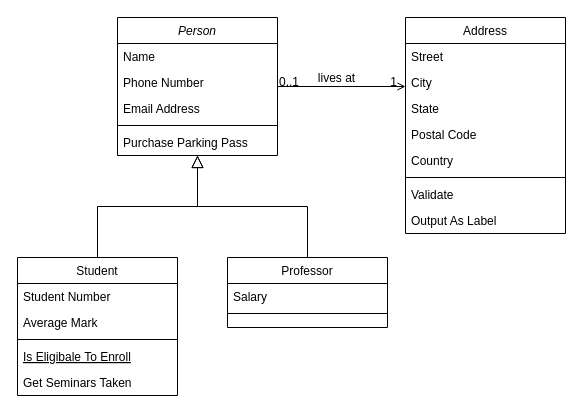
Above: krioliin_vizualizer/img/Untitled Diagram.drawio in OlejnikKristina/filler (draw.io), before the change. Source tidied: cells renumbered, new cells numbered last; positions are measured from the earlier drawing's top-left corner, leaving out a move shared by most shapes. Both pictures are drawn from the tidied source at 100%, with x=0, y=0 at pixel (17, 17).
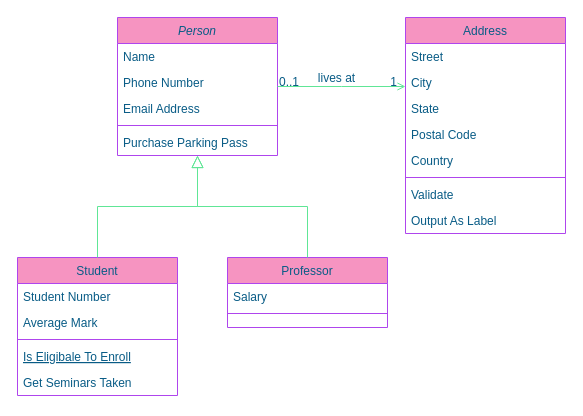
After the change.

Diff of the diagram source:
```diff
@@
-    <mxCell id="2" value="Person" style="swimlane;fontStyle=2;align=center;verticalAlign=top;horizontal=1;startSize=26;rounded=0;shadow=0;strokeWidth=1;" parent="1" vertex="1">
+    <mxCell id="2" value="Person" style="swimlane;fontStyle=2;align=center;verticalAlign=top;horizontal=1;startSize=26;rounded=0;shadow=0;strokeWidth=1;fillColor=#F694C1;strokeColor=#AF45ED;fontColor=#095C86;" parent="1" vertex="1">
       <mxGeometry x="100" width="160" height="138" as="geometry" />
     </mxCell>
-    <mxCell id="3" value="Name" style="text;align=left;verticalAlign=top;spacingLeft=4;spacingRight=4;overflow=hidden;" parent="2" vertex="1">
+    <mxCell id="3" value="Name" style="text;align=left;verticalAlign=top;spacingLeft=4;spacingRight=4;overflow=hidden;fontColor=#095C86;" parent="2" vertex="1">
       <mxGeometry y="26" width="160" height="26" as="geometry" />
     </mxCell>
-    <mxCell id="4" value="Phone Number" style="text;align=left;verticalAlign=top;spacingLeft=4;spacingRight=4;overflow=hidden;rounded=0;shadow=0;html=0;" parent="2" vertex="1">
+    <mxCell id="4" value="Phone Number" style="text;align=left;verticalAlign=top;spacingLeft=4;spacingRight=4;overflow=hidden;rounded=0;shadow=0;html=0;fontColor=#095C86;" parent="2" vertex="1">
       <mxGeometry y="52" width="160" height="26" as="geometry" />
     </mxCell>
-    <mxCell id="5" value="Email Address" style="text;align=left;verticalAlign=top;spacingLeft=4;spacingRight=4;overflow=hidden;rounded=0;shadow=0;html=0;" parent="2" vertex="1">
+    <mxCell id="5" value="Email Address" style="text;align=left;verticalAlign=top;spacingLeft=4;spacingRight=4;overflow=hidden;rounded=0;shadow=0;html=0;fontColor=#095C86;" parent="2" vertex="1">
       <mxGeometry y="78" width="160" height="26" as="geometry" />
     </mxCell>
-    <mxCell id="6" style="line;html=1;strokeWidth=1;align=left;verticalAlign=middle;spacingTop=-1;spacingLeft=3;spacingRight=3;labelPosition=right;" parent="2" vertex="1">
+    <mxCell id="6" style="line;html=1;strokeWidth=1;align=left;verticalAlign=middle;spacingTop=-1;spacingLeft=3;spacingRight=3;labelPosition=right;fillColor=#F694C1;strokeColor=#AF45ED;fontColor=#095C86;" parent="2" vertex="1">
       <mxGeometry y="104" width="160" height="8" as="geometry" />
     </mxCell>
-    <mxCell id="7" value="Purchase Parking Pass" style="text;align=left;verticalAlign=top;spacingLeft=4;spacingRight=4;overflow=hidden;" parent="2" vertex="1">
+    <mxCell id="7" value="Purchase Parking Pass" style="text;align=left;verticalAlign=top;spacingLeft=4;spacingRight=4;overflow=hidden;fontColor=#095C86;" parent="2" vertex="1">
       <mxGeometry y="112" width="160" height="26" as="geometry" />
     </mxCell>
-    <mxCell id="8" value="Student" style="swimlane;fontStyle=0;align=center;verticalAlign=top;horizontal=1;startSize=26;rounded=0;shadow=0;strokeWidth=1;" parent="1" vertex="1">
+    <mxCell id="8" value="Student" style="swimlane;fontStyle=0;align=center;verticalAlign=top;horizontal=1;startSize=26;rounded=0;shadow=0;strokeWidth=1;fillColor=#F694C1;strokeColor=#AF45ED;fontColor=#095C86;" parent="1" vertex="1">
       <mxGeometry y="240" width="160" height="138" as="geometry" />
     </mxCell>
-    <mxCell id="9" value="Student Number" style="text;align=left;verticalAlign=top;spacingLeft=4;spacingRight=4;overflow=hidden;" parent="8" vertex="1">
+    <mxCell id="9" value="Student Number" style="text;align=left;verticalAlign=top;spacingLeft=4;spacingRight=4;overflow=hidden;fontColor=#095C86;" parent="8" vertex="1">
       <mxGeometry y="26" width="160" height="26" as="geometry" />
     </mxCell>
-    <mxCell id="10" value="Average Mark" style="text;align=left;verticalAlign=top;spacingLeft=4;spacingRight=4;overflow=hidden;rounded=0;shadow=0;html=0;" parent="8" vertex="1">
+    <mxCell id="10" value="Average Mark" style="text;align=left;verticalAlign=top;spacingLeft=4;spacingRight=4;overflow=hidden;rounded=0;shadow=0;html=0;fontColor=#095C86;" parent="8" vertex="1">
       <mxGeometry y="52" width="160" height="26" as="geometry" />
     </mxCell>
-    <mxCell id="11" style="line;html=1;strokeWidth=1;align=left;verticalAlign=middle;spacingTop=-1;spacingLeft=3;spacingRight=3;labelPosition=right;" parent="8" vertex="1">
+    <mxCell id="11" style="line;html=1;strokeWidth=1;align=left;verticalAlign=middle;spacingTop=-1;spacingLeft=3;spacingRight=3;labelPosition=right;fillColor=#F694C1;strokeColor=#AF45ED;fontColor=#095C86;" parent="8" vertex="1">
       <mxGeometry y="78" width="160" height="8" as="geometry" />
     </mxCell>
-    <mxCell id="12" value="Is Eligibale To Enroll" style="text;align=left;verticalAlign=top;spacingLeft=4;spacingRight=4;overflow=hidden;fontStyle=4;" parent="8" vertex="1">
+    <mxCell id="12" value="Is Eligibale To Enroll" style="text;align=left;verticalAlign=top;spacingLeft=4;spacingRight=4;overflow=hidden;fontStyle=4;fontColor=#095C86;" parent="8" vertex="1">
       <mxGeometry y="86" width="160" height="26" as="geometry" />
     </mxCell>
-    <mxCell id="13" value="Get Seminars Taken" style="text;align=left;verticalAlign=top;spacingLeft=4;spacingRight=4;overflow=hidden;" parent="8" vertex="1">
+    <mxCell id="13" value="Get Seminars Taken" style="text;align=left;verticalAlign=top;spacingLeft=4;spacingRight=4;overflow=hidden;fontColor=#095C86;" parent="8" vertex="1">
       <mxGeometry y="112" width="160" height="26" as="geometry" />
     </mxCell>
-    <mxCell id="14" style="endArrow=block;endSize=10;endFill=0;shadow=0;strokeWidth=1;rounded=0;edgeStyle=elbowEdgeStyle;elbow=vertical;" parent="1" edge="1" source="8" target="2">
+    <mxCell id="14" style="endArrow=block;endSize=10;endFill=0;shadow=0;strokeWidth=1;rounded=0;edgeStyle=elbowEdgeStyle;elbow=vertical;strokeColor=#60E696;fontColor=#095C86;" parent="1" edge="1" source="8" target="2">
       <mxGeometry relative="1" as="geometry" />
     </mxCell>
-    <mxCell id="15" value="Professor" style="swimlane;fontStyle=0;align=center;verticalAlign=top;horizontal=1;startSize=26;rounded=0;shadow=0;strokeWidth=1;" parent="1" vertex="1">
+    <mxCell id="15" value="Professor" style="swimlane;fontStyle=0;align=center;verticalAlign=top;horizontal=1;startSize=26;rounded=0;shadow=0;strokeWidth=1;fillColor=#F694C1;strokeColor=#AF45ED;fontColor=#095C86;" parent="1" vertex="1">
       <mxGeometry x="210" y="240" width="160" height="70" as="geometry" />
     </mxCell>
-    <mxCell id="16" value="Salary" style="text;align=left;verticalAlign=top;spacingLeft=4;spacingRight=4;overflow=hidden;" parent="15" vertex="1">
+    <mxCell id="16" value="Salary" style="text;align=left;verticalAlign=top;spacingLeft=4;spacingRight=4;overflow=hidden;fontColor=#095C86;" parent="15" vertex="1">
       <mxGeometry y="26" width="160" height="26" as="geometry" />
     </mxCell>
-    <mxCell id="17" style="line;html=1;strokeWidth=1;align=left;verticalAlign=middle;spacingTop=-1;spacingLeft=3;spacingRight=3;labelPosition=right;" parent="15" vertex="1">
+    <mxCell id="17" style="line;html=1;strokeWidth=1;align=left;verticalAlign=middle;spacingTop=-1;spacingLeft=3;spacingRight=3;labelPosition=right;fillColor=#F694C1;strokeColor=#AF45ED;fontColor=#095C86;" parent="15" vertex="1">
       <mxGeometry y="52" width="160" height="8" as="geometry" />
     </mxCell>
-    <mxCell id="18" style="endArrow=block;endSize=10;endFill=0;shadow=0;strokeWidth=1;rounded=0;edgeStyle=elbowEdgeStyle;elbow=vertical;" parent="1" edge="1" source="15" target="2">
+    <mxCell id="18" style="endArrow=block;endSize=10;endFill=0;shadow=0;strokeWidth=1;rounded=0;edgeStyle=elbowEdgeStyle;elbow=vertical;strokeColor=#60E696;fontColor=#095C86;" parent="1" edge="1" source="15" target="2">
       <mxGeometry relative="1" as="geometry" />
     </mxCell>
-    <mxCell id="19" value="Address" style="swimlane;fontStyle=0;align=center;verticalAlign=top;horizontal=1;startSize=26;rounded=0;shadow=0;strokeWidth=1;" parent="1" vertex="1">
+    <mxCell id="19" value="Address" style="swimlane;fontStyle=0;align=center;verticalAlign=top;horizontal=1;startSize=26;rounded=0;shadow=0;strokeWidth=1;fillColor=#F694C1;strokeColor=#AF45ED;fontColor=#095C86;" parent="1" vertex="1">
       <mxGeometry x="388" width="160" height="216" as="geometry" />
     </mxCell>
-    <mxCell id="20" value="Street" style="text;align=left;verticalAlign=top;spacingLeft=4;spacingRight=4;overflow=hidden;" parent="19" vertex="1">
+    <mxCell id="20" value="Street" style="text;align=left;verticalAlign=top;spacingLeft=4;spacingRight=4;overflow=hidden;fontColor=#095C86;" parent="19" vertex="1">
       <mxGeometry y="26" width="160" height="26" as="geometry" />
     </mxCell>
-    <mxCell id="21" value="City" style="text;align=left;verticalAlign=top;spacingLeft=4;spacingRight=4;overflow=hidden;rounded=0;shadow=0;html=0;" parent="19" vertex="1">
+    <mxCell id="21" value="City" style="text;align=left;verticalAlign=top;spacingLeft=4;spacingRight=4;overflow=hidden;rounded=0;shadow=0;html=0;fontColor=#095C86;" parent="19" vertex="1">
       <mxGeometry y="52" width="160" height="26" as="geometry" />
     </mxCell>
-    <mxCell id="22" value="State" style="text;align=left;verticalAlign=top;spacingLeft=4;spacingRight=4;overflow=hidden;rounded=0;shadow=0;html=0;" parent="19" vertex="1">
+    <mxCell id="22" value="State" style="text;align=left;verticalAlign=top;spacingLeft=4;spacingRight=4;overflow=hidden;rounded=0;shadow=0;html=0;fontColor=#095C86;" parent="19" vertex="1">
       <mxGeometry y="78" width="160" height="26" as="geometry" />
     </mxCell>
-    <mxCell id="23" value="Postal Code" style="text;align=left;verticalAlign=top;spacingLeft=4;spacingRight=4;overflow=hidden;rounded=0;shadow=0;html=0;" parent="19" vertex="1">
+    <mxCell id="23" value="Postal Code" style="text;align=left;verticalAlign=top;spacingLeft=4;spacingRight=4;overflow=hidden;rounded=0;shadow=0;html=0;fontColor=#095C86;" parent="19" vertex="1">
       <mxGeometry y="104" width="160" height="26" as="geometry" />
     </mxCell>
-    <mxCell id="24" value="Country" style="text;align=left;verticalAlign=top;spacingLeft=4;spacingRight=4;overflow=hidden;rounded=0;shadow=0;html=0;" parent="19" vertex="1">
+    <mxCell id="24" value="Country" style="text;align=left;verticalAlign=top;spacingLeft=4;spacingRight=4;overflow=hidden;rounded=0;shadow=0;html=0;fontColor=#095C86;" parent="19" vertex="1">
       <mxGeometry y="130" width="160" height="26" as="geometry" />
     </mxCell>
-    <mxCell id="25" style="line;html=1;strokeWidth=1;align=left;verticalAlign=middle;spacingTop=-1;spacingLeft=3;spacingRight=3;labelPosition=right;" parent="19" vertex="1">
+    <mxCell id="25" style="line;html=1;strokeWidth=1;align=left;verticalAlign=middle;spacingTop=-1;spacingLeft=3;spacingRight=3;labelPosition=right;fillColor=#F694C1;strokeColor=#AF45ED;fontColor=#095C86;" parent="19" vertex="1">
       <mxGeometry y="156" width="160" height="8" as="geometry" />
     </mxCell>
-    <mxCell id="26" value="Validate" style="text;align=left;verticalAlign=top;spacingLeft=4;spacingRight=4;overflow=hidden;" parent="19" vertex="1">
+    <mxCell id="26" value="Validate" style="text;align=left;verticalAlign=top;spacingLeft=4;spacingRight=4;overflow=hidden;fontColor=#095C86;" parent="19" vertex="1">
       <mxGeometry y="164" width="160" height="26" as="geometry" />
     </mxCell>
-    <mxCell id="27" value="Output As Label" style="text;align=left;verticalAlign=top;spacingLeft=4;spacingRight=4;overflow=hidden;" parent="19" vertex="1">
+    <mxCell id="27" value="Output As Label" style="text;align=left;verticalAlign=top;spacingLeft=4;spacingRight=4;overflow=hidden;fontColor=#095C86;" parent="19" vertex="1">
       <mxGeometry y="190" width="160" height="26" as="geometry" />
     </mxCell>
-    <mxCell id="28" style="endArrow=open;shadow=0;strokeWidth=1;rounded=0;endFill=1;edgeStyle=elbowEdgeStyle;elbow=vertical;" parent="1" edge="1" source="2" target="19">
+    <mxCell id="28" style="endArrow=open;shadow=0;strokeWidth=1;rounded=0;endFill=1;edgeStyle=elbowEdgeStyle;elbow=vertical;strokeColor=#60E696;fontColor=#095C86;" parent="1" edge="1" source="2" target="19">
       <mxGeometry x="0.5" y="41" relative="1" as="geometry">
         <mxPoint x="-40" y="32" as="offset" />
       </mxGeometry>
     </mxCell>
-    <mxCell id="29" value="0..1" style="align=left;verticalAlign=bottom;labelBackgroundColor=none;fontSize=12;" parent="28" vertex="1">
+    <mxCell id="29" value="0..1" style="align=left;verticalAlign=bottom;labelBackgroundColor=none;fontSize=12;fillColor=#F694C1;strokeColor=#AF45ED;fontColor=#095C86;" parent="28" vertex="1">
       <mxGeometry x="-1" relative="1" as="geometry">
         <mxPoint y="4" as="offset" />
       </mxGeometry>
     </mxCell>
-    <mxCell id="30" value="1" style="align=right;verticalAlign=bottom;labelBackgroundColor=none;fontSize=12;" parent="28" vertex="1">
+    <mxCell id="30" value="1" style="align=right;verticalAlign=bottom;labelBackgroundColor=none;fontSize=12;fillColor=#F694C1;strokeColor=#AF45ED;fontColor=#095C86;" parent="28" vertex="1">
       <mxGeometry x="1" relative="1" as="geometry">
         <mxPoint x="-7" y="4" as="offset" />
       </mxGeometry>
     </mxCell>
-    <mxCell id="31" value="lives at" style="text;html=1;align=center;verticalAlign=middle;labelBackgroundColor=none;rounded=0;shadow=0;strokeWidth=1;fontSize=12;" parent="28" vertex="1">
+    <mxCell id="31" value="lives at" style="text;html=1;align=center;verticalAlign=middle;labelBackgroundColor=none;rounded=0;shadow=0;strokeWidth=1;fontSize=12;fontColor=#095C86;" parent="28" vertex="1">
       <mxGeometry x="0.5" y="49" relative="1" as="geometry">
         <mxPoint x="-38" y="40" as="offset" />
       </mxGeometry>
     </mxCell>
```
